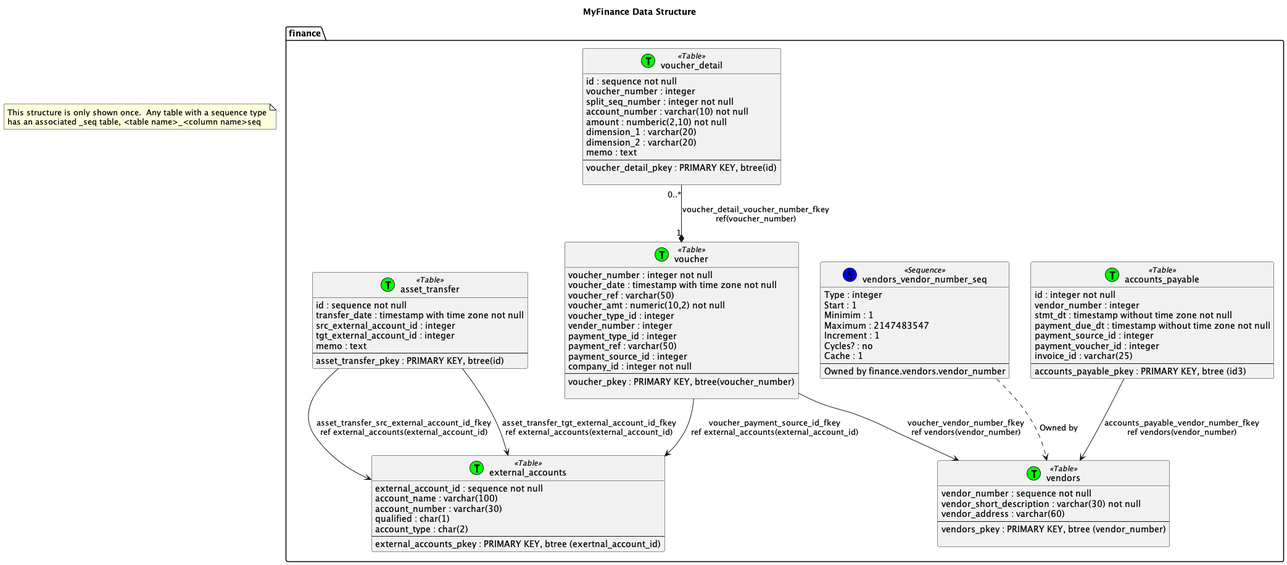
Before: docs/diagrams/out/myfinance-data-class.png, a diagram exported from PlantUML (eskoviak/finance_cmd).
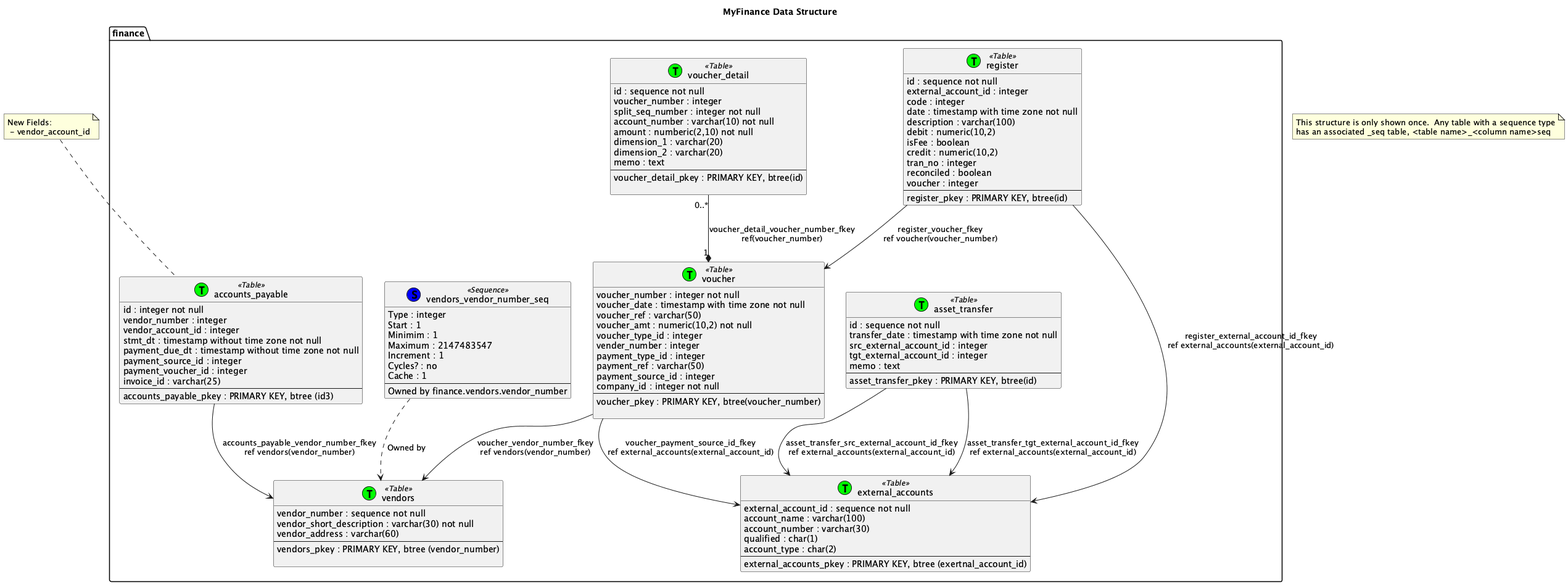
The same file after the commit.

Change to the diagram source:
```diff
@@ -1,4 +1,4 @@
-@startuml myfinance-data-class
+@startuml MyFinance-data-class
 title: MyFinance Data Structure
 
 class finance.vendors <<(T, #00FF00) Table>> {
@@ -13,6 +13,7 @@
 class finance.accounts_payable <<(T, #00FF00) Table>> {
 	id : integer not null
 	vendor_number : integer
+	vendor_account_id : integer
 	stmt_dt : timestamp without time zone not null
 	payment_due_dt : timestamp without time zone not null
 	payment_source_id : integer
@@ -21,6 +22,11 @@
 	--
 	accounts_payable_pkey : PRIMARY KEY, btree (id3)
 }
+
+note top of accounts_payable
+	New Fields:
+	 - vendor_account_id
+end note
 
 class finance.voucher <<(T, #00FF00) Table>> {
 	voucher_number : integer not null
@@ -84,6 +90,22 @@
 	external_accounts_pkey : PRIMARY KEY, btree (exertnal_account_id)
 }
 
+class finance.register <<(T, #00FF00) Table>> {
+	id : sequence not null
+	external_account_id : integer
+	code : integer
+	date : timestamp with time zone not null
+	description : varchar(100)
+	debit : numeric(10,2)
+	isFee : boolean
+	credit : numeric(10,2)
+	tran_no : integer
+	reconciled : boolean
+	voucher : integer
+	--
+	register_pkey : PRIMARY KEY, btree(id)
+}
+
 
 accounts_payable --> vendors : accounts_payable_vendor_number_fkey\nref vendors(vendor_number)
 voucher --> vendors : voucher_vendor_number_fkey\nref vendors(vendor_number)
@@ -92,6 +114,8 @@
 asset_transfer --> external_accounts : asset_transfer_src_external_account_id_fkey\nref external_accounts(external_account_id)
 asset_transfer --> external_accounts : asset_transfer_tgt_external_account_id_fkey\nref external_accounts(external_account_id)
 voucher --> external_accounts : voucher_payment_source_id_fkey\nref external_accounts(external_account_id)
+register --> external_accounts : register_external_account_id_fkey\nref external_accounts(external_account_id)
+register --> voucher : register_voucher_fkey\nref voucher(voucher_number)
 
 
 note as N1
```
